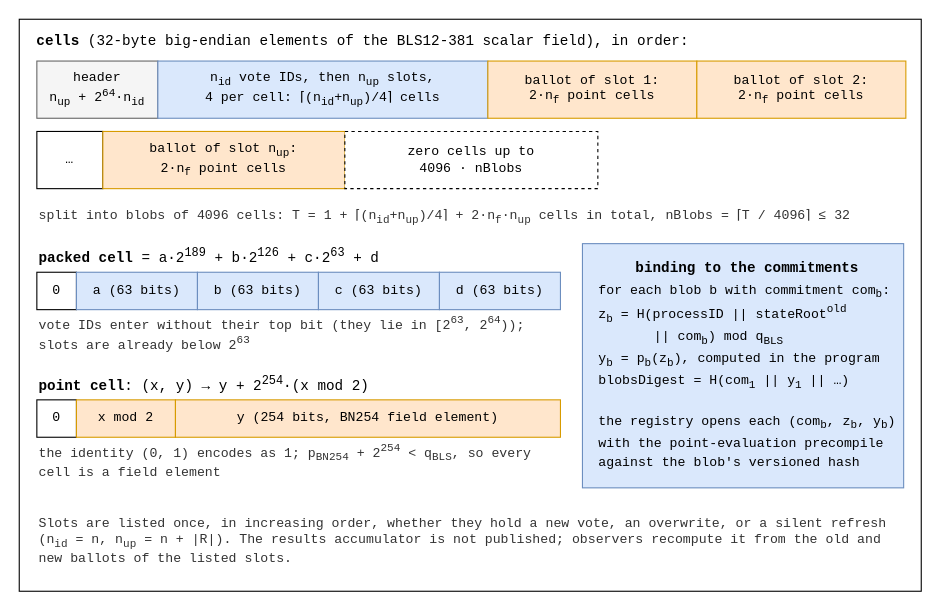
vocdoni/davinci-paper keeps this draw.io diagram as v2/figures/blob-layout.drawio. Above is the earlier version. Source tidied: cells renumbered, new cells numbered last; positions are measured from the earlier drawing's top-left corner, leaving out a move shared by most shapes. Both pictures are drawn from the tidied source at 110%, with x=0, y=0 at pixel (19, 19).
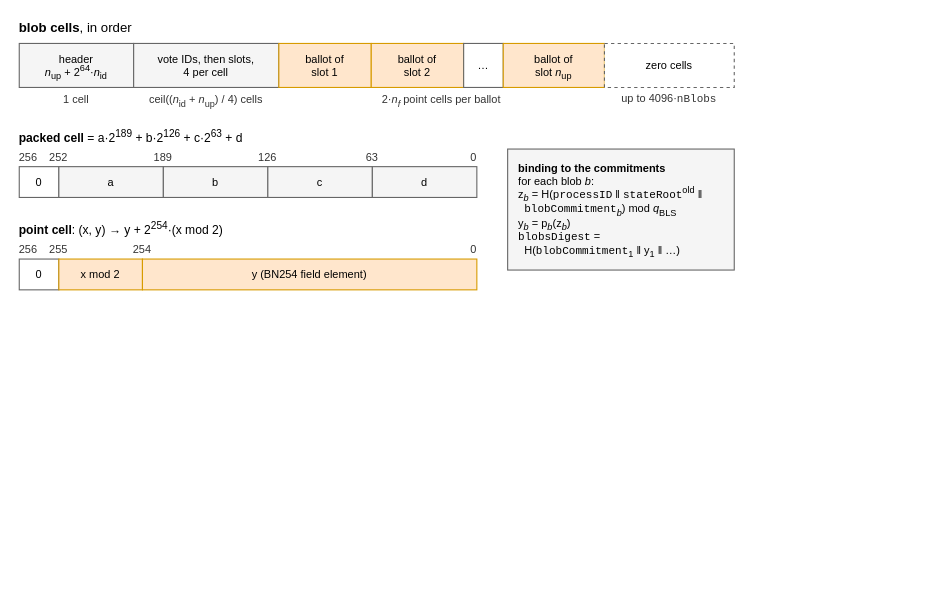
After the change.

Change to the diagram source:
```diff
@@
-    <mxCell id="2" style="rounded=0;whiteSpace=wrap;html=1;fontSize=11;fillColor=none;strokeColor=#000000;fontFamily=Courier New;verticalAlign=top;align=center;spacingTop=4;spacingLeft=6;fontStyle=1;" parent="1" vertex="1">
-      <mxGeometry width="820" height="520" as="geometry" />
+    <mxCell id="2" value="&lt;b&gt;blob cells&lt;/b&gt;, in order" style="text;html=1;whiteSpace=wrap;fontSize=12;fontFamily=Helvetica;align=left;verticalAlign=middle;fontColor=#000000;spacing=0;" parent="1" vertex="1">
+      <mxGeometry width="650" height="16" as="geometry" />
     </mxCell>
-    <mxCell id="3" value="&lt;b&gt;cells&lt;/b&gt; (32-byte big-endian elements of the BLS12-381 scalar field), in order:" style="text;html=1;whiteSpace=wrap;fontSize=13;fontFamily=Courier New;align=left;verticalAlign=middle;fontColor=#000000;" parent="1" vertex="1">
-      <mxGeometry x="14" y="8" width="790" height="24" as="geometry" />
+    <mxCell id="3" value="header&lt;br&gt;&lt;i&gt;n&lt;/i&gt;&lt;sub style=&quot;line-height:0&quot;&gt;up&lt;/sub&gt; + 2&lt;sup style=&quot;line-height:0&quot;&gt;64&lt;/sup&gt;&amp;middot;&lt;i&gt;n&lt;/i&gt;&lt;sub style=&quot;line-height:0&quot;&gt;id&lt;/sub&gt;" style="rounded=0;whiteSpace=wrap;html=1;fontSize=10;fillColor=#f5f5f5;strokeColor=#666666;strokeWidth=1;fontFamily=Helvetica;align=center;verticalAlign=middle;spacingLeft=6;spacingRight=6;spacingTop=2;spacingBottom=2;" parent="1" vertex="1">
+      <mxGeometry y="22" width="104" height="40" as="geometry" />
     </mxCell>
-    <mxCell id="4" value="header&lt;br&gt;n&lt;sub&gt;up&lt;/sub&gt; + 2&lt;sup&gt;64&lt;/sup&gt;&amp;middot;n&lt;sub&gt;id&lt;/sub&gt;" style="rounded=0;whiteSpace=wrap;html=1;fontSize=12;fillColor=#f5f5f5;strokeColor=#666666;fontFamily=Courier New;align=center;verticalAlign=middle;" parent="1" vertex="1">
-      <mxGeometry x="16" y="38" width="110" height="52" as="geometry" />
+    <mxCell id="4" value="vote IDs, then slots,&lt;br&gt;4 per cell" style="rounded=0;whiteSpace=wrap;html=1;fontSize=10;fillColor=#f5f5f5;strokeColor=#666666;strokeWidth=1;fontFamily=Helvetica;align=center;verticalAlign=middle;spacingLeft=6;spacingRight=6;spacingTop=2;spacingBottom=2;" parent="1" vertex="1">
+      <mxGeometry x="104" y="22" width="132" height="40" as="geometry" />
     </mxCell>
-    <mxCell id="5" value="n&lt;sub&gt;id&lt;/sub&gt; vote IDs, then n&lt;sub&gt;up&lt;/sub&gt; slots,&lt;br&gt;4 per cell: &amp;lceil;(n&lt;sub&gt;id&lt;/sub&gt;+n&lt;sub&gt;up&lt;/sub&gt;)/4&amp;rceil; cells" style="rounded=0;whiteSpace=wrap;html=1;fontSize=12;fillColor=#dae8fc;strokeColor=#6c8ebf;fontFamily=Courier New;align=center;verticalAlign=middle;" parent="1" vertex="1">
-      <mxGeometry x="126" y="38" width="300" height="52" as="geometry" />
+    <mxCell id="5" value="ballot of&lt;br&gt;slot 1" style="rounded=0;whiteSpace=wrap;html=1;fontSize=10;fillColor=#ffe6cc;strokeColor=#d79b00;strokeWidth=1;fontFamily=Helvetica;align=center;verticalAlign=middle;spacingLeft=6;spacingRight=6;spacingTop=2;spacingBottom=2;" parent="1" vertex="1">
+      <mxGeometry x="236" y="22" width="84" height="40" as="geometry" />
     </mxCell>
-    <mxCell id="6" value="ballot of slot 1:&lt;br&gt;2&amp;middot;n&lt;sub&gt;f&lt;/sub&gt; point cells" style="rounded=0;whiteSpace=wrap;html=1;fontSize=12;fillColor=#ffe6cc;strokeColor=#d79b00;fontFamily=Courier New;align=center;verticalAlign=middle;" parent="1" vertex="1">
-      <mxGeometry x="426" y="38" width="190" height="52" as="geometry" />
+    <mxCell id="6" value="ballot of&lt;br&gt;slot 2" style="rounded=0;whiteSpace=wrap;html=1;fontSize=10;fillColor=#ffe6cc;strokeColor=#d79b00;strokeWidth=1;fontFamily=Helvetica;align=center;verticalAlign=middle;spacingLeft=6;spacingRight=6;spacingTop=2;spacingBottom=2;" parent="1" vertex="1">
+      <mxGeometry x="320" y="22" width="84" height="40" as="geometry" />
     </mxCell>
-    <mxCell id="7" value="ballot of slot 2:&lt;br&gt;2&amp;middot;n&lt;sub&gt;f&lt;/sub&gt; point cells" style="rounded=0;whiteSpace=wrap;html=1;fontSize=12;fillColor=#ffe6cc;strokeColor=#d79b00;fontFamily=Courier New;align=center;verticalAlign=middle;" parent="1" vertex="1">
-      <mxGeometry x="616" y="38" width="190" height="52" as="geometry" />
+    <mxCell id="7" value="&amp;hellip;" style="rounded=0;whiteSpace=wrap;html=1;fontSize=10;fillColor=#ffffff;strokeColor=#666666;strokeWidth=1;fontFamily=Helvetica;align=center;verticalAlign=middle;spacingLeft=6;spacingRight=6;spacingTop=2;spacingBottom=2;" parent="1" vertex="1">
+      <mxGeometry x="404" y="22" width="36" height="40" as="geometry" />
     </mxCell>
-    <mxCell id="8" value="&amp;hellip;" style="rounded=0;whiteSpace=wrap;html=1;fontSize=12;fillColor=#ffffff;strokeColor=#000000;fontFamily=Courier New;align=center;verticalAlign=middle;" parent="1" vertex="1">
-      <mxGeometry x="16" y="102" width="60" height="52" as="geometry" />
+    <mxCell id="8" value="ballot of&lt;br&gt;slot &lt;i&gt;n&lt;/i&gt;&lt;sub style=&quot;line-height:0&quot;&gt;up&lt;/sub&gt;" style="rounded=0;whiteSpace=wrap;html=1;fontSize=10;fillColor=#ffe6cc;strokeColor=#d79b00;strokeWidth=1;fontFamily=Helvetica;align=center;verticalAlign=middle;spacingLeft=6;spacingRight=6;spacingTop=2;spacingBottom=2;" parent="1" vertex="1">
+      <mxGeometry x="440" y="22" width="92" height="40" as="geometry" />
     </mxCell>
-    <mxCell id="9" value="ballot of slot n&lt;sub&gt;up&lt;/sub&gt;:&lt;br&gt;2&amp;middot;n&lt;sub&gt;f&lt;/sub&gt; point cells" style="rounded=0;whiteSpace=wrap;html=1;fontSize=12;fillColor=#ffe6cc;strokeColor=#d79b00;fontFamily=Courier New;align=center;verticalAlign=middle;" parent="1" vertex="1">
-      <mxGeometry x="76" y="102" width="220" height="52" as="geometry" />
+    <mxCell id="9" value="zero cells" style="rounded=0;whiteSpace=wrap;html=1;fontSize=10;fillColor=#ffffff;strokeColor=#666666;strokeWidth=1;fontFamily=Helvetica;align=center;verticalAlign=middle;spacingLeft=6;spacingRight=6;spacingTop=2;spacingBottom=2;dashed=1;" parent="1" vertex="1">
+      <mxGeometry x="532" y="22" width="118" height="40" as="geometry" />
     </mxCell>
-    <mxCell id="10" value="zero cells up to&lt;br&gt;4096 &amp;middot; nBlobs" style="rounded=0;whiteSpace=wrap;html=1;fontSize=12;fillColor=#ffffff;strokeColor=#000000;fontFamily=Courier New;align=center;verticalAlign=middle;dashed=1;" parent="1" vertex="1">
-      <mxGeometry x="296" y="102" width="230" height="52" as="geometry" />
+    <mxCell id="10" value="1 cell" style="text;html=1;whiteSpace=wrap;fontSize=10;fontFamily=Helvetica;align=center;verticalAlign=middle;fontColor=#333333;spacing=0;" parent="1" vertex="1">
+      <mxGeometry y="66" width="104" height="14" as="geometry" />
     </mxCell>
-    <mxCell id="11" value="split into blobs of 4096 cells: T = 1 + &amp;lceil;(n&lt;sub&gt;id&lt;/sub&gt;+n&lt;sub&gt;up&lt;/sub&gt;)/4&amp;rceil; + 2&amp;middot;n&lt;sub&gt;f&lt;/sub&gt;&amp;middot;n&lt;sub&gt;up&lt;/sub&gt; cells in total, nBlobs = &amp;lceil;T / 4096&amp;rceil; &amp;le; 32" style="text;html=1;whiteSpace=wrap;fontSize=12;fontFamily=Courier New;align=left;verticalAlign=middle;fontColor=#333333;" parent="1" vertex="1">
-      <mxGeometry x="16" y="160" width="790" height="40" as="geometry" />
+    <mxCell id="11" value="ceil((&lt;i&gt;n&lt;/i&gt;&lt;sub style=&quot;line-height:0&quot;&gt;id&lt;/sub&gt; + &lt;i&gt;n&lt;/i&gt;&lt;sub style=&quot;line-height:0&quot;&gt;up&lt;/sub&gt;) / 4) cells" style="text;html=1;whiteSpace=wrap;fontSize=10;fontFamily=Helvetica;align=center;verticalAlign=middle;fontColor=#333333;spacing=0;" parent="1" vertex="1">
+      <mxGeometry x="104" y="66" width="132" height="14" as="geometry" />
     </mxCell>
-    <mxCell id="12" value="&lt;b&gt;packed cell&lt;/b&gt; = a&amp;middot;2&lt;sup&gt;189&lt;/sup&gt; + b&amp;middot;2&lt;sup&gt;126&lt;/sup&gt; + c&amp;middot;2&lt;sup&gt;63&lt;/sup&gt; + d" style="text;html=1;whiteSpace=wrap;fontSize=13;fontFamily=Courier New;align=left;verticalAlign=middle;fontColor=#000000;" parent="1" vertex="1">
-      <mxGeometry x="16" y="204" width="480" height="24" as="geometry" />
+    <mxCell id="12" value="2&amp;middot;&lt;i&gt;n&lt;/i&gt;&lt;sub style=&quot;line-height:0&quot;&gt;&lt;i&gt;f&lt;/i&gt;&lt;/sub&gt; point cells per ballot" style="text;html=1;whiteSpace=wrap;fontSize=10;fontFamily=Helvetica;align=center;verticalAlign=middle;fontColor=#333333;spacing=0;" parent="1" vertex="1">
+      <mxGeometry x="236" y="66" width="296" height="14" as="geometry" />
     </mxCell>
-    <mxCell id="13" value="0" style="rounded=0;whiteSpace=wrap;html=1;fontSize=12;fillColor=#ffffff;strokeColor=#000000;fontFamily=Courier New;align=center;verticalAlign=middle;" parent="1" vertex="1">
-      <mxGeometry x="16" y="230" width="36" height="34" as="geometry" />
+    <mxCell id="13" value="up to 4096&amp;middot;&lt;font face=&quot;Courier New&quot;&gt;nBlobs&lt;/font&gt;" style="text;html=1;whiteSpace=wrap;fontSize=10;fontFamily=Helvetica;align=center;verticalAlign=middle;fontColor=#333333;spacing=0;" parent="1" vertex="1">
+      <mxGeometry x="532" y="66" width="118" height="14" as="geometry" />
     </mxCell>
-    <mxCell id="14" value="a (63 bits)" style="rounded=0;whiteSpace=wrap;html=1;fontSize=12;fillColor=#dae8fc;strokeColor=#6c8ebf;fontFamily=Courier New;align=center;verticalAlign=middle;" parent="1" vertex="1">
-      <mxGeometry x="52" y="230" width="110" height="34" as="geometry" />
+    <mxCell id="14" value="&lt;b&gt;packed cell&lt;/b&gt; = a&amp;middot;2&lt;sup style=&quot;line-height:0&quot;&gt;189&lt;/sup&gt; + b&amp;middot;2&lt;sup style=&quot;line-height:0&quot;&gt;126&lt;/sup&gt; + c&amp;middot;2&lt;sup style=&quot;line-height:0&quot;&gt;63&lt;/sup&gt; + d" style="text;html=1;whiteSpace=wrap;fontSize=11;fontFamily=Helvetica;align=left;verticalAlign=middle;fontColor=#000000;spacing=0;" parent="1" vertex="1">
+      <mxGeometry y="100" width="416" height="16" as="geometry" />
     </mxCell>
-    <mxCell id="15" value="b (63 bits)" style="rounded=0;whiteSpace=wrap;html=1;fontSize=12;fillColor=#dae8fc;strokeColor=#6c8ebf;fontFamily=Courier New;align=center;verticalAlign=middle;" parent="1" vertex="1">
-      <mxGeometry x="162" y="230" width="110" height="34" as="geometry" />
+    <mxCell id="15" value="0" style="rounded=0;whiteSpace=wrap;html=1;fontSize=10;fillColor=#ffffff;strokeColor=#666666;strokeWidth=1;fontFamily=Helvetica;align=center;verticalAlign=middle;spacingLeft=6;spacingRight=6;spacingTop=2;spacingBottom=2;" parent="1" vertex="1">
+      <mxGeometry y="134" width="36" height="28" as="geometry" />
     </mxCell>
-    <mxCell id="16" value="c (63 bits)" style="rounded=0;whiteSpace=wrap;html=1;fontSize=12;fillColor=#dae8fc;strokeColor=#6c8ebf;fontFamily=Courier New;align=center;verticalAlign=middle;" parent="1" vertex="1">
-      <mxGeometry x="272" y="230" width="110" height="34" as="geometry" />
+    <mxCell id="16" value="256" style="text;html=1;whiteSpace=wrap;fontSize=10;fontFamily=Helvetica;align=left;verticalAlign=middle;fontColor=#333333;spacing=0;" parent="1" vertex="1">
+      <mxGeometry y="118" width="40" height="14" as="geometry" />
     </mxCell>
-    <mxCell id="17" value="d (63 bits)" style="rounded=0;whiteSpace=wrap;html=1;fontSize=12;fillColor=#dae8fc;strokeColor=#6c8ebf;fontFamily=Courier New;align=center;verticalAlign=middle;" parent="1" vertex="1">
-      <mxGeometry x="382" y="230" width="110" height="34" as="geometry" />
+    <mxCell id="17" value="a" style="rounded=0;whiteSpace=wrap;html=1;fontSize=10;fillColor=#f5f5f5;strokeColor=#666666;strokeWidth=1;fontFamily=Helvetica;align=center;verticalAlign=middle;spacingLeft=6;spacingRight=6;spacingTop=2;spacingBottom=2;" parent="1" vertex="1">
+      <mxGeometry x="36" y="134" width="95" height="28" as="geometry" />
     </mxCell>
-    <mxCell id="18" value="vote IDs enter without their top bit (they lie in [2&lt;sup&gt;63&lt;/sup&gt;, 2&lt;sup&gt;64&lt;/sup&gt;)); slots are already below 2&lt;sup&gt;63&lt;/sup&gt;" style="text;html=1;whiteSpace=wrap;fontSize=12;fontFamily=Courier New;align=left;verticalAlign=middle;fontColor=#333333;" parent="1" vertex="1">
-      <mxGeometry x="16" y="266" width="480" height="40" as="geometry" />
+    <mxCell id="18" value="252" style="text;html=1;whiteSpace=wrap;fontSize=10;fontFamily=Helvetica;align=center;verticalAlign=middle;fontColor=#333333;spacing=0;" parent="1" vertex="1">
+      <mxGeometry x="16" y="118" width="40" height="14" as="geometry" />
     </mxCell>
-    <mxCell id="19" value="&lt;b&gt;point cell&lt;/b&gt;: (x, y) &amp;rarr; y + 2&lt;sup&gt;254&lt;/sup&gt;&amp;middot;(x mod 2)" style="text;html=1;whiteSpace=wrap;fontSize=13;fontFamily=Courier New;align=left;verticalAlign=middle;fontColor=#000000;" parent="1" vertex="1">
-      <mxGeometry x="16" y="320" width="480" height="24" as="geometry" />
+    <mxCell id="19" value="b" style="rounded=0;whiteSpace=wrap;html=1;fontSize=10;fillColor=#f5f5f5;strokeColor=#666666;strokeWidth=1;fontFamily=Helvetica;align=center;verticalAlign=middle;spacingLeft=6;spacingRight=6;spacingTop=2;spacingBottom=2;" parent="1" vertex="1">
+      <mxGeometry x="131" y="134" width="95" height="28" as="geometry" />
     </mxCell>
-    <mxCell id="20" value="0" style="rounded=0;whiteSpace=wrap;html=1;fontSize=12;fillColor=#ffffff;strokeColor=#000000;fontFamily=Courier New;align=center;verticalAlign=middle;" parent="1" vertex="1">
-      <mxGeometry x="16" y="346" width="36" height="34" as="geometry" />
+    <mxCell id="20" value="189" style="text;html=1;whiteSpace=wrap;fontSize=10;fontFamily=Helvetica;align=center;verticalAlign=middle;fontColor=#333333;spacing=0;" parent="1" vertex="1">
+      <mxGeometry x="111" y="118" width="40" height="14" as="geometry" />
     </mxCell>
-    <mxCell id="21" value="x mod 2" style="rounded=0;whiteSpace=wrap;html=1;fontSize=12;fillColor=#ffe6cc;strokeColor=#d79b00;fontFamily=Courier New;align=center;verticalAlign=middle;" parent="1" vertex="1">
-      <mxGeometry x="52" y="346" width="90" height="34" as="geometry" />
+    <mxCell id="21" value="c" style="rounded=0;whiteSpace=wrap;html=1;fontSize=10;fillColor=#f5f5f5;strokeColor=#666666;strokeWidth=1;fontFamily=Helvetica;align=center;verticalAlign=middle;spacingLeft=6;spacingRight=6;spacingTop=2;spacingBottom=2;" parent="1" vertex="1">
+      <mxGeometry x="226" y="134" width="95" height="28" as="geometry" />
     </mxCell>
-    <mxCell id="22" value="y (254 bits, BN254 field element)" style="rounded=0;whiteSpace=wrap;html=1;fontSize=12;fillColor=#ffe6cc;strokeColor=#d79b00;fontFamily=Courier New;align=center;verticalAlign=middle;" parent="1" vertex="1">
-      <mxGeometry x="142" y="346" width="350" height="34" as="geometry" />
+    <mxCell id="22" value="126" style="text;html=1;whiteSpace=wrap;fontSize=10;fontFamily=Helvetica;align=center;verticalAlign=middle;fontColor=#333333;spacing=0;" parent="1" vertex="1">
+      <mxGeometry x="206" y="118" width="40" height="14" as="geometry" />
     </mxCell>
-    <mxCell id="23" value="the identity (0, 1) encodes as 1; p&lt;sub&gt;BN254&lt;/sub&gt; + 2&lt;sup&gt;254&lt;/sup&gt; &amp;lt; q&lt;sub&gt;BLS&lt;/sub&gt;, so every cell is a field element" style="text;html=1;whiteSpace=wrap;fontSize=12;fontFamily=Courier New;align=left;verticalAlign=middle;fontColor=#333333;" parent="1" vertex="1">
-      <mxGeometry x="16" y="382" width="480" height="40" as="geometry" />
+    <mxCell id="23" value="d" style="rounded=0;whiteSpace=wrap;html=1;fontSize=10;fillColor=#f5f5f5;strokeColor=#666666;strokeWidth=1;fontFamily=Helvetica;align=center;verticalAlign=middle;spacingLeft=6;spacingRight=6;spacingTop=2;spacingBottom=2;" parent="1" vertex="1">
+      <mxGeometry x="321" y="134" width="95" height="28" as="geometry" />
     </mxCell>
-    <mxCell id="24" value="&lt;b&gt;binding to the commitments&lt;/b&gt;&lt;div style='text-align:left;font-size:12px;line-height:1.45;margin-top:4px'&gt;for each blob b with commitment com&lt;sub&gt;b&lt;/sub&gt;:&lt;br&gt;z&lt;sub&gt;b&lt;/sub&gt; = H(processID || stateRoot&lt;sup&gt;old&lt;/sup&gt;&lt;br&gt;&amp;nbsp;&amp;nbsp;&amp;nbsp;&amp;nbsp;&amp;nbsp;&amp;nbsp;&amp;nbsp;|| com&lt;sub&gt;b&lt;/sub&gt;) mod q&lt;sub&gt;BLS&lt;/sub&gt;&lt;br&gt;y&lt;sub&gt;b&lt;/sub&gt; = p&lt;sub&gt;b&lt;/sub&gt;(z&lt;sub&gt;b&lt;/sub&gt;), computed in the program&lt;br&gt;blobsDigest = H(com&lt;sub&gt;1&lt;/sub&gt; || y&lt;sub&gt;1&lt;/sub&gt; || &amp;hellip;)&lt;br&gt;&lt;br&gt;the registry opens each (com&lt;sub&gt;b&lt;/sub&gt;, z&lt;sub&gt;b&lt;/sub&gt;, y&lt;sub&gt;b&lt;/sub&gt;)&lt;br&gt;with the point-evaluation precompile&lt;br&gt;against the blob's versioned hash&lt;/div&gt;" style="rounded=0;whiteSpace=wrap;html=1;fontSize=13;fillColor=#dae8fc;strokeColor=#6c8ebf;fontFamily=Courier New;align=center;verticalAlign=top;spacingTop=8;spacingLeft=8;" parent="1" vertex="1">
-      <mxGeometry x="512" y="204" width="292" height="222" as="geometry" />
+    <mxCell id="24" value="63" style="text;html=1;whiteSpace=wrap;fontSize=10;fontFamily=Helvetica;align=center;verticalAlign=middle;fontColor=#333333;spacing=0;" parent="1" vertex="1">
+      <mxGeometry x="301" y="118" width="40" height="14" as="geometry" />
     </mxCell>
-    <mxCell id="25" value="Slots are listed once, in increasing order, whether they hold a new vote, an overwrite, or a silent refresh (n&lt;sub&gt;id&lt;/sub&gt; = n, n&lt;sub&gt;up&lt;/sub&gt; = n + |R|). The results accumulator is not published; observers recompute it from the old and new ballots of the listed slots." style="text;html=1;whiteSpace=wrap;fontSize=12;fontFamily=Courier New;align=left;verticalAlign=middle;fontColor=#333333;" parent="1" vertex="1">
-      <mxGeometry x="16" y="440" width="790" height="70" as="geometry" />
+    <mxCell id="25" value="0" style="text;html=1;whiteSpace=wrap;fontSize=10;fontFamily=Helvetica;align=right;verticalAlign=middle;fontColor=#333333;spacing=0;" parent="1" vertex="1">
+      <mxGeometry x="376" y="118" width="40" height="14" as="geometry" />
     </mxCell>
+    <mxCell id="26" value="&lt;b&gt;point cell&lt;/b&gt;: (x, y) &amp;rarr; y + 2&lt;sup style=&quot;line-height:0&quot;&gt;254&lt;/sup&gt;&amp;middot;(x mod 2)" style="text;html=1;whiteSpace=wrap;fontSize=11;fontFamily=Helvetica;align=left;verticalAlign=middle;fontColor=#000000;spacing=0;" parent="1" vertex="1">
+      <mxGeometry y="184" width="416" height="16" as="geometry" />
+    </mxCell>
+    <mxCell id="27" value="0" style="rounded=0;whiteSpace=wrap;html=1;fontSize=10;fillColor=#ffffff;strokeColor=#666666;strokeWidth=1;fontFamily=Helvetica;align=center;verticalAlign=middle;spacingLeft=6;spacingRight=6;spacingTop=2;spacingBottom=2;" parent="1" vertex="1">
+      <mxGeometry y="218" width="36" height="28" as="geometry" />
+    </mxCell>
+    <mxCell id="28" value="256" style="text;html=1;whiteSpace=wrap;fontSize=10;fontFamily=Helvetica;align=left;verticalAlign=middle;fontColor=#333333;spacing=0;" parent="1" vertex="1">
+      <mxGeometry y="202" width="40" height="14" as="geometry" />
+    </mxCell>
+    <mxCell id="29" value="x mod 2" style="rounded=0;whiteSpace=wrap;html=1;fontSize=10;fillColor=#ffe6cc;strokeColor=#d79b00;strokeWidth=1;fontFamily=Helvetica;align=center;verticalAlign=middle;spacingLeft=6;spacingRight=6;spacingTop=2;spacingBottom=2;" parent="1" vertex="1">
+      <mxGeometry x="36" y="218" width="76" height="28" as="geometry" />
+    </mxCell>
+    <mxCell id="30" value="255" style="text;html=1;whiteSpace=wrap;fontSize=10;fontFamily=Helvetica;align=center;verticalAlign=middle;fontColor=#333333;spacing=0;" parent="1" vertex="1">
+      <mxGeometry x="16" y="202" width="40" height="14" as="geometry" />
+    </mxCell>
+    <mxCell id="31" value="y (BN254 field element)" style="rounded=0;whiteSpace=wrap;html=1;fontSize=10;fillColor=#ffe6cc;strokeColor=#d79b00;strokeWidth=1;fontFamily=Helvetica;align=center;verticalAlign=middle;spacingLeft=6;spacingRight=6;spacingTop=2;spacingBottom=2;" parent="1" vertex="1">
+      <mxGeometry x="112" y="218" width="304" height="28" as="geometry" />
+    </mxCell>
+    <mxCell id="32" value="254" style="text;html=1;whiteSpace=wrap;fontSize=10;fontFamily=Helvetica;align=center;verticalAlign=middle;fontColor=#333333;spacing=0;" parent="1" vertex="1">
+      <mxGeometry x="92" y="202" width="40" height="14" as="geometry" />
+    </mxCell>
+    <mxCell id="33" value="0" style="text;html=1;whiteSpace=wrap;fontSize=10;fontFamily=Helvetica;align=right;verticalAlign=middle;fontColor=#333333;spacing=0;" parent="1" vertex="1">
+      <mxGeometry x="376" y="202" width="40" height="14" as="geometry" />
+    </mxCell>
+    <mxCell id="34" value="&lt;b&gt;binding to the commitments&lt;/b&gt;&lt;br&gt;for each blob &lt;i&gt;b&lt;/i&gt;:&lt;br&gt;z&lt;sub style=&quot;line-height:0&quot;&gt;&lt;i&gt;b&lt;/i&gt;&lt;/sub&gt; = H(&lt;font face=&quot;Courier New&quot;&gt;processID&lt;/font&gt; &amp;#8214; &lt;font face=&quot;Courier New&quot;&gt;stateRoot&lt;/font&gt;&lt;sup style=&quot;line-height:0&quot;&gt;old&lt;/sup&gt; &amp;#8214;&lt;br&gt;&amp;nbsp;&amp;nbsp;&lt;font face=&quot;Courier New&quot;&gt;blobCommitment&lt;/font&gt;&lt;sub style=&quot;line-height:0&quot;&gt;&lt;i&gt;b&lt;/i&gt;&lt;/sub&gt;) mod &lt;i&gt;q&lt;/i&gt;&lt;sub style=&quot;line-height:0&quot;&gt;BLS&lt;/sub&gt;&lt;br&gt;y&lt;sub style=&quot;line-height:0&quot;&gt;&lt;i&gt;b&lt;/i&gt;&lt;/sub&gt; = p&lt;sub style=&quot;line-height:0&quot;&gt;&lt;i&gt;b&lt;/i&gt;&lt;/sub&gt;(z&lt;sub style=&quot;line-height:0&quot;&gt;&lt;i&gt;b&lt;/i&gt;&lt;/sub&gt;)&lt;br&gt;&lt;font face=&quot;Courier New&quot;&gt;blobsDigest&lt;/font&gt; =&lt;br&gt;&amp;nbsp;&amp;nbsp;H(&lt;font face=&quot;Courier New&quot;&gt;blobCommitment&lt;/font&gt;&lt;sub style=&quot;line-height:0&quot;&gt;1&lt;/sub&gt; &amp;#8214; y&lt;sub style=&quot;line-height:0&quot;&gt;1&lt;/sub&gt; &amp;#8214; &amp;hellip;)" style="rounded=0;whiteSpace=wrap;html=1;fontSize=10;fillColor=#f5f5f5;strokeColor=#666666;strokeWidth=1;fontFamily=Helvetica;align=left;verticalAlign=middle;spacingLeft=6;spacingRight=6;spacingTop=2;spacingBottom=2;spacingLeft=8;" parent="1" vertex="1">
+      <mxGeometry x="444" y="118" width="206" height="110" as="geometry" />
+    </mxCell>
```
